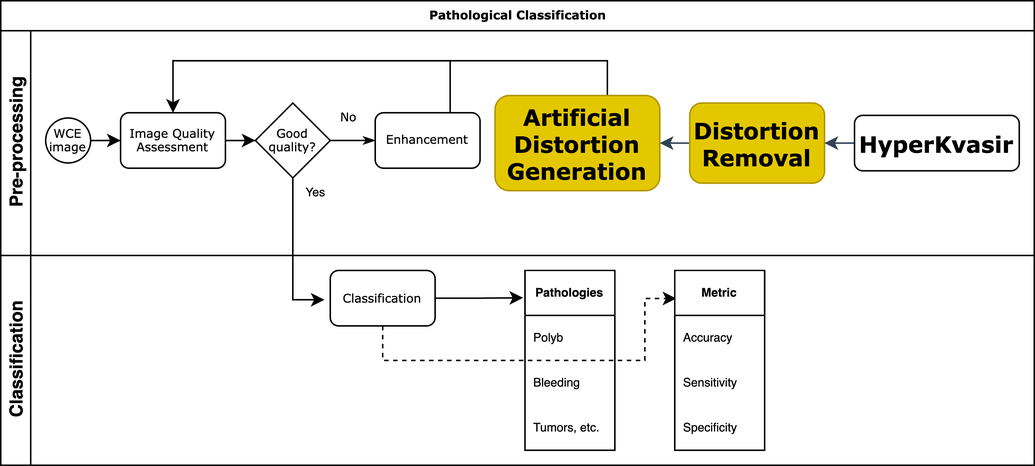
tansyab1/PhD-project keeps this draw.io diagram as 2021/rep/Journee Scitifique/libs/algorithm.png. Above is the earlier version. Source tidied: cells renumbered, new cells last; positions are measured from the earlier drawing's top-left corner, leaving out a move shared by most shapes.
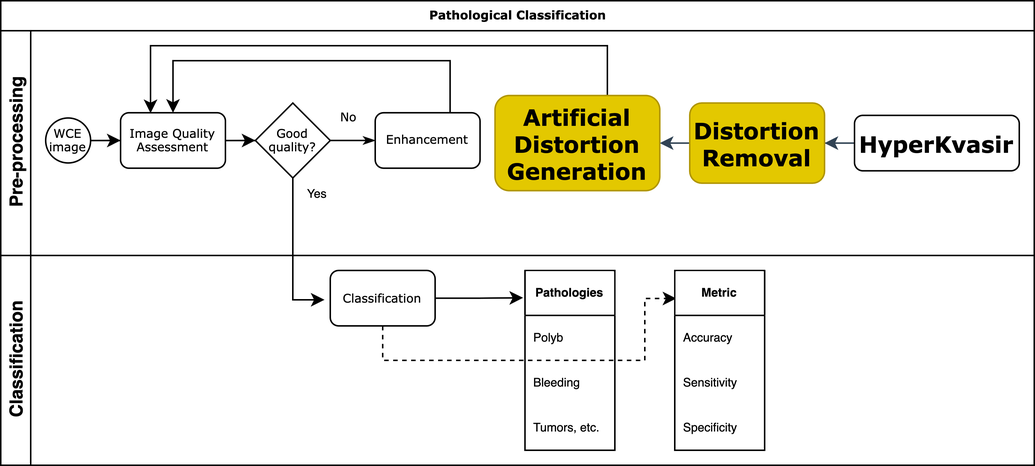
After the change.

The edit, as a diff of the source:
```diff
@@ -31,14 +31,15 @@
     <mxCell id="9" value="Image Quality Assessment" style="rounded=1;whiteSpace=wrap;html=1;shadow=0;labelBackgroundColor=none;strokeWidth=1;fontFamily=Verdana;fontSize=8;align=center;" parent="3" vertex="1">
       <mxGeometry x="80" y="54.7" width="70" height="37" as="geometry" />
     </mxCell>
-    <mxCell id="10" style="edgeStyle=orthogonalEdgeStyle;rounded=0;jettySize=auto;html=1;entryX=0.5;entryY=0;entryDx=0;entryDy=0;fontSize=50;" parent="3" edge="1" source="11" target="9">
-      <mxGeometry relative="1" as="geometry">
-        <Array as="points">
-          <mxPoint x="405" y="20" />
-          <mxPoint x="115" y="20" />
-        </Array>
-      </mxGeometry>
-    </mxCell>
+    <mxCell id="32" style="edgeStyle=orthogonalEdgeStyle;rounded=0;jettySize=auto;html=1;fontSize=50;" parent="3" edge="1" source="11">
+      <mxGeometry relative="1" as="geometry">
+        <mxPoint x="100" y="55" as="targetPoint" />
+        <Array as="points">
+          <mxPoint x="405" y="10" />
+          <mxPoint x="100" y="10" />
+        </Array>
+      </mxGeometry>
+    </mxCell>
     <mxCell id="11" value="&lt;b&gt;Artificial Distortion Generation&lt;/b&gt;" style="rounded=1;whiteSpace=wrap;html=1;shadow=0;labelBackgroundColor=none;strokeWidth=1;fontFamily=Verdana;fontSize=15;align=center;fillColor=#e3c800;strokeColor=#B09500;fontColor=#000000;" parent="3" vertex="1">
       <mxGeometry x="330" y="43.2" width="110" height="63.5" as="geometry" />
     </mxCell>
```
